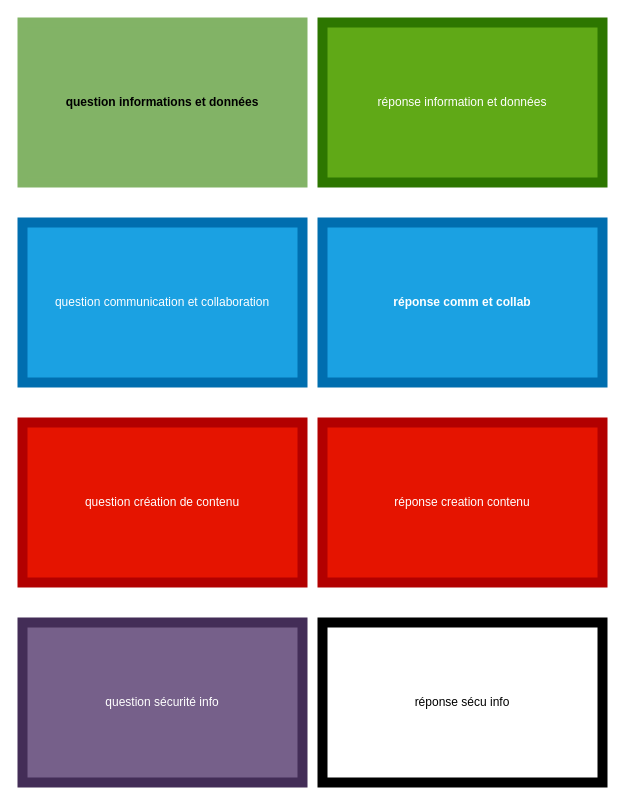
Above: Diagramme sans nom.drawio in mathieu1902/cours-info-s-cu-helha (draw.io), before the change. Source tidied: cells renumbered, new cells numbered last; positions are measured from the earlier drawing's top-left corner, leaving out a move shared by most shapes. Both pictures are drawn from the tidied source at 100%, with x=0, y=0 at pixel (22, 22).
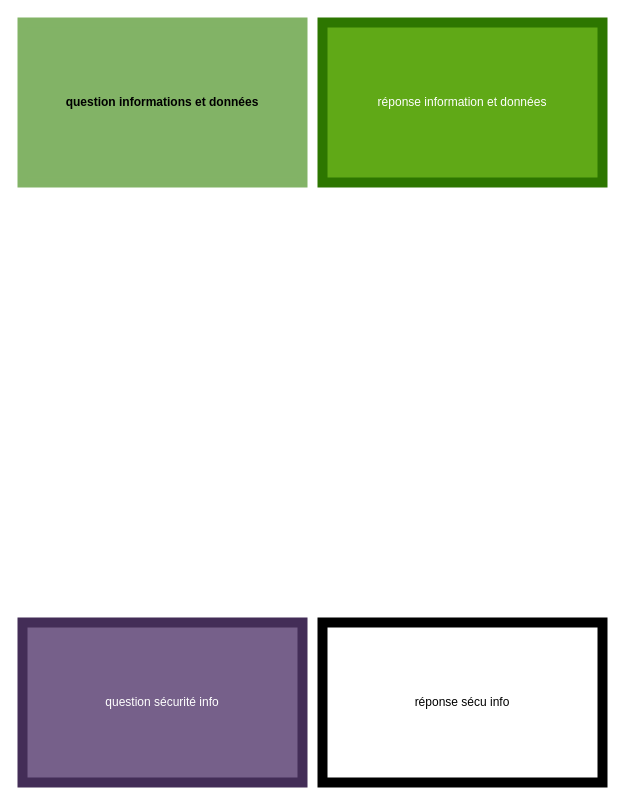
Above is the later version.

What changed in the source:
```diff
@@
 <mxGraphModel>
   <root>
     <mxCell id="0" />
     <mxCell id="1" parent="0" />
     <mxCell id="2" value="question informations et données" style="rounded=0;whiteSpace=wrap;html=1;fontStyle=1;fillColor=light-dark(#82B366,#FFFFFF);strokeColor=light-dark(#82B366,#66CC00);fontColor=light-dark(#000000,#000000);strokeWidth=10;" parent="1" vertex="1">
       <mxGeometry width="280" height="160" as="geometry" />
     </mxCell>
     <mxCell id="3" value="réponse information et données" style="rounded=0;whiteSpace=wrap;html=1;fillColor=light-dark(#60A917,#FFFFFF);fontColor=#ffffff;strokeColor=light-dark(#2D7600,#66CC00);fontStyle=0;strokeWidth=10;" parent="1" vertex="1">
       <mxGeometry x="300" width="280" height="160" as="geometry" />
     </mxCell>
-    <mxCell id="4" value="question communication et collaboration" style="rounded=0;whiteSpace=wrap;html=1;fillColor=light-dark(#1BA1E2,#FFFFFF);fontColor=#ffffff;strokeColor=#006EAF;strokeWidth=10;" parent="1" vertex="1">
-      <mxGeometry y="200" width="280" height="160" as="geometry" />
-    </mxCell>
-    <mxCell id="5" value="réponse comm et collab" style="rounded=0;whiteSpace=wrap;html=1;fillColor=light-dark(#1BA1E2,#FFFFFF);fontColor=#ffffff;strokeColor=#006EAF;fontStyle=1;strokeWidth=10;" parent="1" vertex="1">
-      <mxGeometry x="300" y="200" width="280" height="160" as="geometry" />
-    </mxCell>
-    <mxCell id="6" value="question création de contenu" style="rounded=0;whiteSpace=wrap;html=1;fillColor=light-dark(#E51400,#FFFFFF);strokeColor=light-dark(#B20000,#FF3333);fontColor=#ffffff;strokeWidth=10;" parent="1" vertex="1">
-      <mxGeometry y="400" width="280" height="160" as="geometry" />
-    </mxCell>
-    <mxCell id="7" value="réponse creation contenu" style="rounded=0;whiteSpace=wrap;html=1;fillColor=light-dark(#E51400,#FFFFFF);fontColor=#ffffff;strokeColor=light-dark(#B20000,#FF3333);strokeWidth=10;" parent="1" vertex="1">
-      <mxGeometry x="300" y="400" width="280" height="160" as="geometry" />
-    </mxCell>
     <mxCell id="8" value="question sécurité info" style="rounded=0;whiteSpace=wrap;html=1;fillColor=light-dark(#76608A,#FFFFFF);fontColor=#ffffff;strokeColor=light-dark(#432D57,#9933FF);strokeWidth=10;" parent="1" vertex="1">
       <mxGeometry y="600" width="280" height="160" as="geometry" />
     </mxCell>
     <mxCell id="9" value="réponse sécu info" style="rounded=0;whiteSpace=wrap;html=1;fillColor=light-dark(#FFFFFF,#FFFFFF);fontColor=light-dark(#000000,#000000);strokeColor=light-dark(#000000,#9933FF);strokeWidth=10;" parent="1" vertex="1">
       <mxGeometry x="300" y="600" width="280" height="160" as="geometry" />
     </mxCell>
   </root>
 </mxGraphModel>
```
